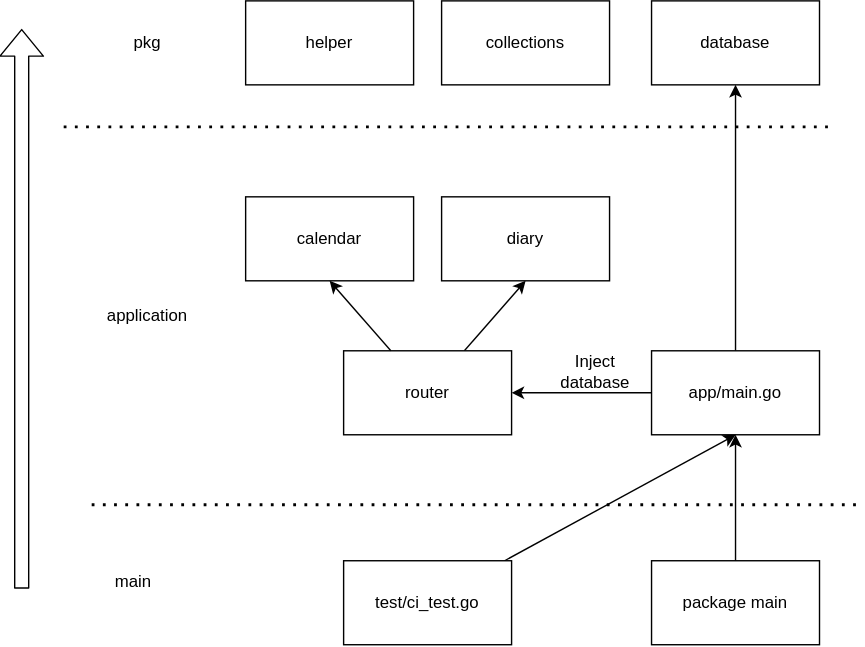
The draw.io diagram backend/doc/dependencies.drawio.svg in ut-code/JourniCal, before a commit. Source tidied: cells renumbered, new cells last; positions are measured from the earlier drawing's top-left corner, leaving out a move shared by most shapes.
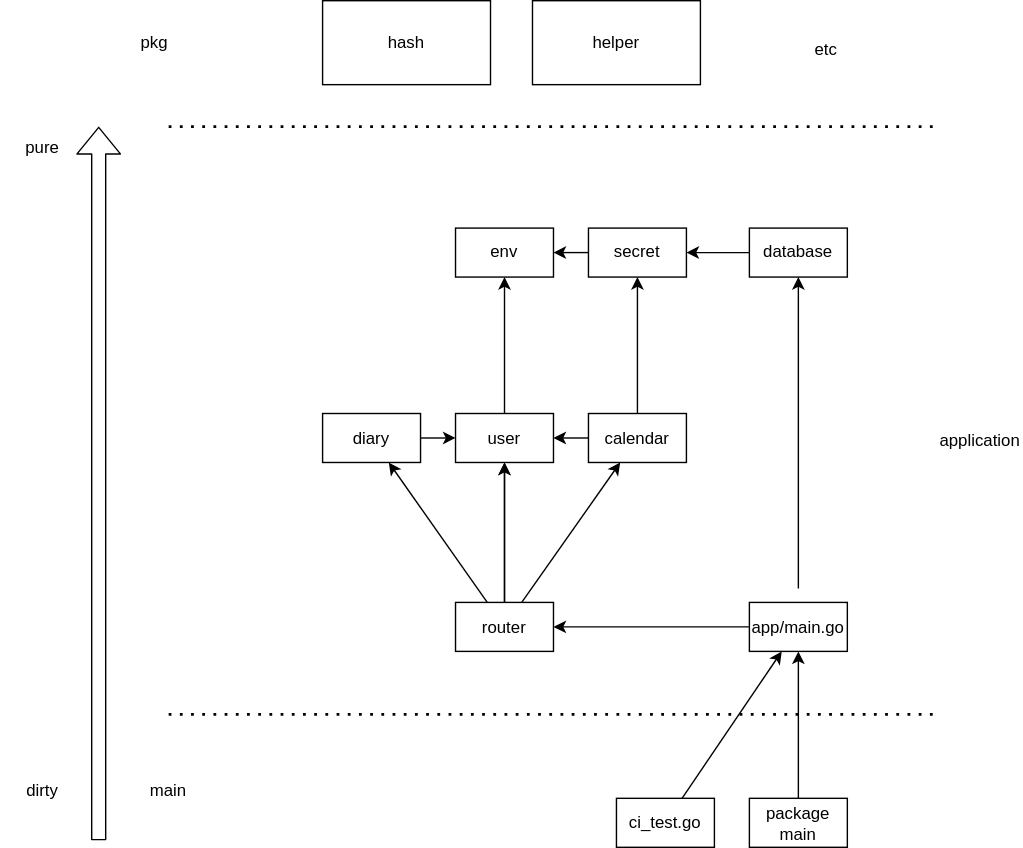
The same file after the commit.

Diff of the diagram source:
```diff
@@ -2,82 +2,121 @@
   <root>
     <mxCell id="0" />
     <mxCell id="1" parent="0" />
-    <mxCell id="2" value="database" style="rounded=0;whiteSpace=wrap;html=1;" parent="1" vertex="1">
-      <mxGeometry x="450" width="120" height="60" as="geometry" />
-    </mxCell>
+    <mxCell id="7" style="edgeStyle=none;html=1;exitX=0.5;exitY=0;exitDx=0;exitDy=0;entryX=0.5;entryY=1;entryDx=0;entryDy=0;" parent="1" edge="1" target="2">
+      <mxGeometry relative="1" as="geometry">
+        <mxPoint x="500" y="270" as="sourcePoint" />
+      </mxGeometry>
+    </mxCell>
+    <mxCell id="9" value="hash" style="rounded=0;whiteSpace=wrap;html=1;" parent="1" vertex="1">
+      <mxGeometry x="160" y="-150" width="120" height="60" as="geometry" />
+    </mxCell>
+    <mxCell id="24" style="edgeStyle=none;html=1;" parent="1" edge="1" source="10" target="30">
+      <mxGeometry relative="1" as="geometry" />
+    </mxCell>
+    <mxCell id="25" style="edgeStyle=none;html=1;" parent="1" edge="1" source="10" target="35">
+      <mxGeometry relative="1" as="geometry" />
+    </mxCell>
+    <mxCell id="10" value="calendar" style="rounded=0;whiteSpace=wrap;html=1;" parent="1" vertex="1">
+      <mxGeometry x="350" y="145" width="70" height="35" as="geometry" />
+    </mxCell>
+    <mxCell id="12" value="application" style="text;html=1;strokeColor=none;fillColor=none;align=center;verticalAlign=middle;whiteSpace=wrap;rounded=0;" parent="1" vertex="1">
+      <mxGeometry x="600" y="150" width="60" height="30" as="geometry" />
+    </mxCell>
+    <mxCell id="13" style="shape=flexArrow;endArrow=classic;html=1;" parent="1" edge="1">
+      <mxGeometry relative="1" as="geometry">
+        <mxPoint y="450" as="sourcePoint" />
+        <mxPoint y="-60" as="targetPoint" />
+      </mxGeometry>
+    </mxCell>
+    <mxCell id="15" style="endArrow=none;dashed=1;html=1;dashPattern=1 3;strokeWidth=2;" parent="1" edge="1">
+      <mxGeometry relative="1" as="geometry">
+        <mxPoint x="50" y="-60" as="sourcePoint" />
+        <mxPoint x="600" y="-60" as="targetPoint" />
+      </mxGeometry>
+    </mxCell>
+    <mxCell id="16" value="helper" style="rounded=0;whiteSpace=wrap;html=1;" parent="1" vertex="1">
+      <mxGeometry x="310" y="-150" width="120" height="60" as="geometry" />
+    </mxCell>
+    <mxCell id="18" style="endArrow=none;dashed=1;html=1;dashPattern=1 3;strokeWidth=2;" parent="1" edge="1">
+      <mxGeometry relative="1" as="geometry">
+        <mxPoint x="50" y="360" as="sourcePoint" />
+        <mxPoint x="600" y="360" as="targetPoint" />
+      </mxGeometry>
+    </mxCell>
+    <mxCell id="19" value="main" style="text;html=1;strokeColor=none;fillColor=none;align=center;verticalAlign=middle;whiteSpace=wrap;rounded=0;" parent="1" vertex="1">
+      <mxGeometry x="20" y="400" width="60" height="30" as="geometry" />
+    </mxCell>
+    <mxCell id="26" value="pure" style="text;html=1;strokeColor=none;fillColor=none;align=center;verticalAlign=middle;whiteSpace=wrap;rounded=0;" parent="1" vertex="1">
+      <mxGeometry x="-70" y="-60" width="60" height="30" as="geometry" />
+    </mxCell>
+    <mxCell id="27" value="dirty" style="text;html=1;strokeColor=none;fillColor=none;align=center;verticalAlign=middle;whiteSpace=wrap;rounded=0;" parent="1" vertex="1">
+      <mxGeometry x="-70" y="400" width="60" height="30" as="geometry" />
+    </mxCell>
+    <mxCell id="14" value="pkg" style="text;html=1;strokeColor=none;fillColor=none;align=center;verticalAlign=middle;whiteSpace=wrap;rounded=0;" parent="1" vertex="1">
+      <mxGeometry x="10" y="-135" width="60" height="30" as="geometry" />
+    </mxCell>
+    <mxCell id="28" style="edgeStyle=none;html=1;" parent="1" edge="1" source="3" target="30">
+      <mxGeometry relative="1" as="geometry" />
+    </mxCell>
     <mxCell id="3" value="diary" style="rounded=0;whiteSpace=wrap;html=1;" parent="1" vertex="1">
-      <mxGeometry x="300" y="140" width="120" height="60" as="geometry" />
+      <mxGeometry x="160" y="145" width="70" height="35" as="geometry" />
     </mxCell>
+    <mxCell id="29" style="edgeStyle=none;html=1;" parent="1" edge="1" source="30" target="36">
+      <mxGeometry relative="1" as="geometry" />
+    </mxCell>
+    <mxCell id="30" value="user" style="rounded=0;whiteSpace=wrap;html=1;" parent="1" vertex="1">
+      <mxGeometry x="255" y="145" width="70" height="35" as="geometry" />
+    </mxCell>
+    <mxCell id="31" style="edgeStyle=none;html=1;" parent="1" edge="1" source="5" target="30">
+      <mxGeometry relative="1" as="geometry" />
+    </mxCell>
+    <mxCell id="32" style="edgeStyle=none;html=1;" parent="1" edge="1" source="5" target="30">
+      <mxGeometry relative="1" as="geometry" />
+    </mxCell>
+    <mxCell id="11" style="edgeStyle=none;html=1;" parent="1" edge="1" source="5" target="10">
+      <mxGeometry relative="1" as="geometry" />
+    </mxCell>
-    <mxCell id="4" style="edgeStyle=none;html=1;entryX=0.5;entryY=1;entryDx=0;entryDy=0;entryPerimeter=0;" parent="1" edge="1" source="5" target="3">
+    <mxCell id="4" style="edgeStyle=none;html=1;" parent="1" edge="1" source="5" target="3">
       <mxGeometry relative="1" as="geometry" />
     </mxCell>
-    <mxCell id="5" value="router" style="rounded=0;whiteSpace=wrap;html=1;" parent="1" vertex="1">
-      <mxGeometry x="230" y="250" width="120" height="60" as="geometry" />
+    <mxCell id="5" value="router" style="rounded=0;whiteSpace=wrap;html=1;direction=east;" parent="1" vertex="1">
+      <mxGeometry x="255" y="280" width="70" height="35" as="geometry" />
     </mxCell>
-    <mxCell id="6" style="edgeStyle=none;html=1;" parent="1" edge="1" source="8" target="5">
+    <mxCell id="6" style="edgeStyle=none;html=1;entryX=1;entryY=0.5;entryDx=0;entryDy=0;" parent="1" edge="1" source="8" target="5">
       <mxGeometry relative="1" as="geometry" />
     </mxCell>
-    <mxCell id="7" style="edgeStyle=none;html=1;exitX=0.5;exitY=0;exitDx=0;exitDy=0;" parent="1" edge="1" source="8" target="2">
-      <mxGeometry relative="1" as="geometry" />
-    </mxCell>
     <mxCell id="8" value="app/main.go" style="rounded=0;whiteSpace=wrap;html=1;" parent="1" vertex="1">
-      <mxGeometry x="450" y="250" width="120" height="60" as="geometry" />
+      <mxGeometry x="465" y="280" width="70" height="35" as="geometry" />
     </mxCell>
-    <mxCell id="9" value="helper" style="rounded=0;whiteSpace=wrap;html=1;" parent="1" vertex="1">
-      <mxGeometry x="160" width="120" height="60" as="geometry" />
-    </mxCell>
-    <mxCell id="10" value="calendar" style="rounded=0;whiteSpace=wrap;html=1;" parent="1" vertex="1">
-      <mxGeometry x="160" y="140" width="120" height="60" as="geometry" />
-    </mxCell>
-    <mxCell id="11" style="edgeStyle=none;html=1;entryX=0.5;entryY=1;entryDx=0;entryDy=0;" parent="1" edge="1" source="5" target="10">
-      <mxGeometry relative="1" as="geometry" />
-    </mxCell>
-    <mxCell id="12" value="application" style="text;html=1;strokeColor=none;fillColor=none;align=center;verticalAlign=middle;whiteSpace=wrap;rounded=0;" parent="1" vertex="1">
-      <mxGeometry x="60" y="210" width="60" height="30" as="geometry" />
-    </mxCell>
-    <mxCell id="13" style="shape=flexArrow;endArrow=classic;html=1;" parent="1" edge="1">
-      <mxGeometry relative="1" as="geometry">
-        <mxPoint y="420" as="sourcePoint" />
-        <mxPoint y="20" as="targetPoint" />
-      </mxGeometry>
-    </mxCell>
-    <mxCell id="14" value="pkg" style="text;html=1;strokeColor=none;fillColor=none;align=center;verticalAlign=middle;whiteSpace=wrap;rounded=0;" parent="1" vertex="1">
-      <mxGeometry x="60" y="15" width="60" height="30" as="geometry" />
-    </mxCell>
-    <mxCell id="15" style="endArrow=none;dashed=1;html=1;dashPattern=1 3;strokeWidth=2;" parent="1" edge="1">
-      <mxGeometry relative="1" as="geometry">
-        <mxPoint x="30" y="90" as="sourcePoint" />
-        <mxPoint x="580" y="90" as="targetPoint" />
-      </mxGeometry>
-    </mxCell>
-    <mxCell id="16" value="collections" style="rounded=0;whiteSpace=wrap;html=1;" parent="1" vertex="1">
-      <mxGeometry x="300" width="120" height="60" as="geometry" />
-    </mxCell>
-    <mxCell id="17" value="Inject&lt;br&gt;database" style="text;html=1;strokeColor=none;fillColor=none;align=center;verticalAlign=middle;whiteSpace=wrap;rounded=0;" parent="1" vertex="1">
-      <mxGeometry x="380" y="250" width="60" height="30" as="geometry" />
-    </mxCell>
-    <mxCell id="18" style="endArrow=none;dashed=1;html=1;dashPattern=1 3;strokeWidth=2;" parent="1" edge="1">
-      <mxGeometry relative="1" as="geometry">
-        <mxPoint x="50" y="360" as="sourcePoint" />
-        <mxPoint x="600" y="360" as="targetPoint" />
-      </mxGeometry>
-    </mxCell>
-    <mxCell id="19" value="main" style="text;html=1;strokeColor=none;fillColor=none;align=center;verticalAlign=middle;whiteSpace=wrap;rounded=0;" parent="1" vertex="1">
-      <mxGeometry x="50" y="400" width="60" height="30" as="geometry" />
-    </mxCell>
+    <mxCell id="33" style="edgeStyle=none;html=1;" parent="1" edge="1" source="2" target="35">
+      <mxGeometry relative="1" as="geometry" />
+    </mxCell>
+    <mxCell id="2" value="database" style="rounded=0;whiteSpace=wrap;html=1;" parent="1" vertex="1">
+      <mxGeometry x="465" y="12.5" width="70" height="35" as="geometry" />
+    </mxCell>
+    <mxCell id="34" style="edgeStyle=none;html=1;" parent="1" edge="1" source="35" target="36">
+      <mxGeometry relative="1" as="geometry" />
+    </mxCell>
+    <mxCell id="35" value="secret" style="rounded=0;whiteSpace=wrap;html=1;" parent="1" vertex="1">
+      <mxGeometry x="350" y="12.5" width="70" height="35" as="geometry" />
+    </mxCell>
+    <mxCell id="36" value="env" style="rounded=0;whiteSpace=wrap;html=1;" parent="1" vertex="1">
+      <mxGeometry x="255" y="12.5" width="70" height="35" as="geometry" />
+    </mxCell>
+    <mxCell id="37" style="edgeStyle=none;html=1;" parent="1" edge="1" source="38" target="8">
+      <mxGeometry relative="1" as="geometry" />
+    </mxCell>
+    <mxCell id="38" value="ci_test.go" style="rounded=0;whiteSpace=wrap;html=1;direction=east;" parent="1" vertex="1">
+      <mxGeometry x="370" y="420" width="70" height="35" as="geometry" />
+    </mxCell>
+    <mxCell id="23" style="edgeStyle=none;html=1;" parent="1" edge="1" source="20" target="8">
+      <mxGeometry relative="1" as="geometry" />
+    </mxCell>
-    <mxCell id="20" value="package main" style="rounded=0;whiteSpace=wrap;html=1;" parent="1" vertex="1">
-      <mxGeometry x="450" y="400" width="120" height="60" as="geometry" />
+    <mxCell id="20" value="package main" style="rounded=0;whiteSpace=wrap;html=1;direction=east;" parent="1" vertex="1">
+      <mxGeometry x="465" y="420" width="70" height="35" as="geometry" />
     </mxCell>
-    <mxCell id="21" style="edgeStyle=none;html=1;" parent="1" edge="1" source="22">
-      <mxGeometry relative="1" as="geometry">
-        <mxPoint x="510.1" y="310" as="targetPoint" />
-      </mxGeometry>
-    </mxCell>
-    <mxCell id="22" value="test/ci_test.go" style="rounded=0;whiteSpace=wrap;html=1;" parent="1" vertex="1">
-      <mxGeometry x="230" y="400" width="120" height="60" as="geometry" />
-    </mxCell>
-    <mxCell id="23" style="endArrow=classic;html=1;entryX=0.5;entryY=1;entryDx=0;entryDy=0;" parent="1" edge="1" source="20" target="8">
-      <mxGeometry relative="1" as="geometry" />
-    </mxCell>
+    <mxCell id="39" value="etc" style="text;html=1;strokeColor=none;fillColor=none;align=center;verticalAlign=middle;whiteSpace=wrap;rounded=0;" parent="1" vertex="1">
+      <mxGeometry x="490" y="-130" width="60" height="30" as="geometry" />
+    </mxCell>
   </root>
 </mxGraphModel>
```
